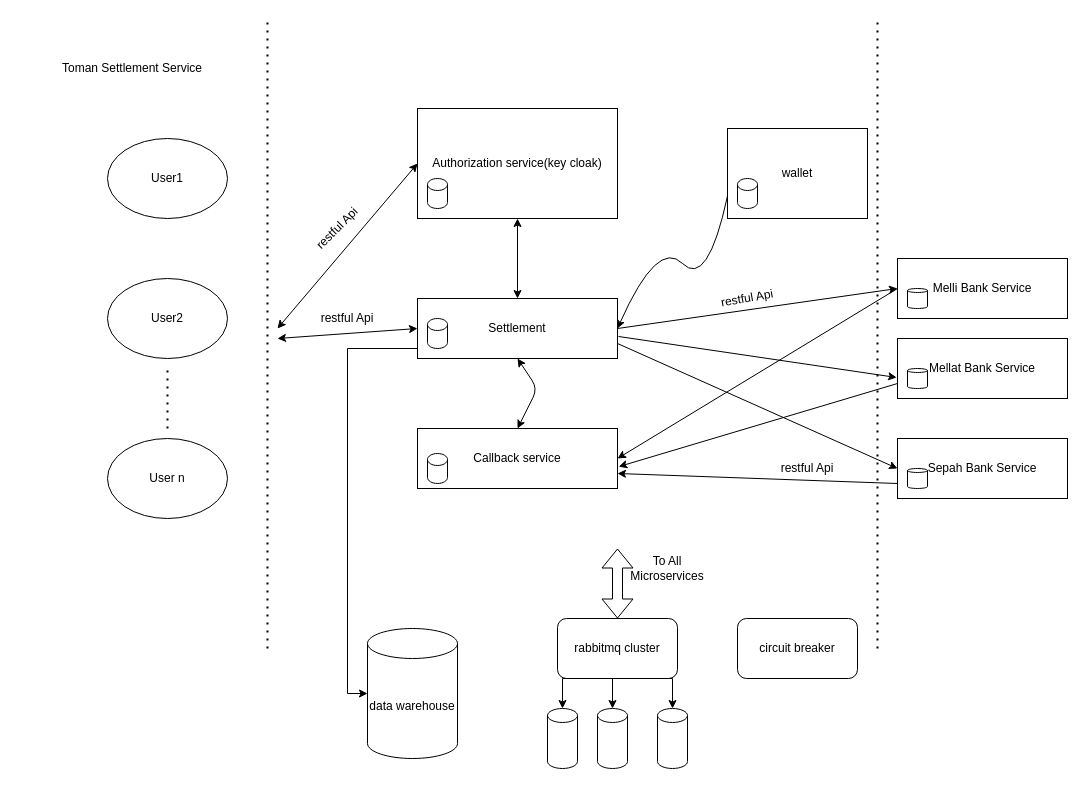
This is page "Page-1" (1 of 4) of Untitled Diagram.drawio from alimoslehirad/Devops, a draw.io file, before an edit. Source tidied: cells renumbered, new cells numbered last; positions are measured from the earlier drawing's top-left corner, leaving out a move shared by most shapes. Both pictures are drawn from the tidied source at 100%, with x=0, y=0 at pixel (17, 18).
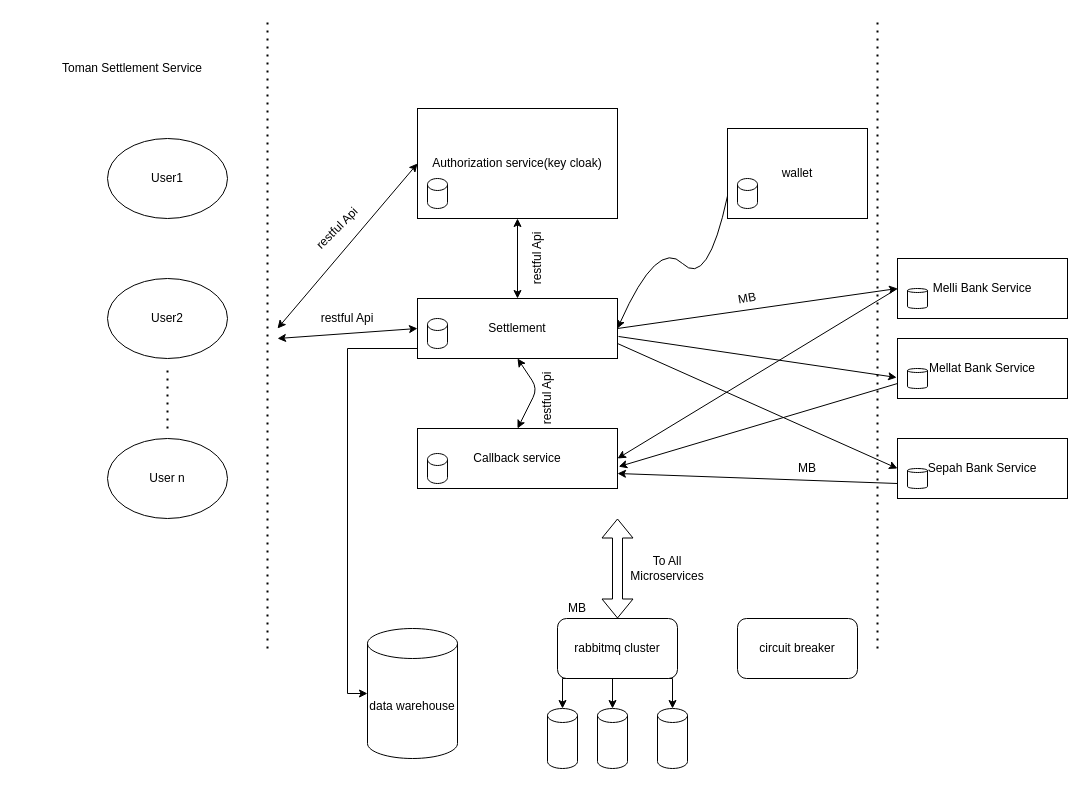
The same page after the edit.

What changed in the source:
```diff
@@
     <mxCell id="43" style="shape=flexArrow;endArrow=classic;startArrow=classic;html=1;" parent="1" edge="1">
       <mxGeometry relative="1" as="geometry">
         <mxPoint x="600" y="600" as="sourcePoint" />
-        <mxPoint x="600" y="530" as="targetPoint" />
+        <mxPoint x="600" y="500" as="targetPoint" />
       </mxGeometry>
     </mxCell>
@@
-    <mxCell id="46" value="restful Api" style="text;html=1;strokeColor=none;fillColor=none;align=center;verticalAlign=middle;whiteSpace=wrap;rounded=0;rotation=-10;" parent="1" vertex="1">
+    <mxCell id="46" value="MB" style="text;html=1;strokeColor=none;fillColor=none;align=center;verticalAlign=middle;whiteSpace=wrap;rounded=0;rotation=-10;" parent="1" vertex="1">
       <mxGeometry x="690" y="270" width="80" height="20" as="geometry" />
     </mxCell>
-    <mxCell id="47" value="restful Api" style="text;html=1;strokeColor=none;fillColor=none;align=center;verticalAlign=middle;whiteSpace=wrap;rounded=0;rotation=0;" parent="1" vertex="1">
+    <mxCell id="47" value="MB" style="text;html=1;strokeColor=none;fillColor=none;align=center;verticalAlign=middle;whiteSpace=wrap;rounded=0;rotation=0;" parent="1" vertex="1">
       <mxGeometry x="750" y="440" width="80" height="20" as="geometry" />
     </mxCell>
@@
+    <mxCell id="50" value="MB" style="text;html=1;strokeColor=none;fillColor=none;align=center;verticalAlign=middle;whiteSpace=wrap;rounded=0;" parent="1" vertex="1">
+      <mxGeometry x="540" y="580" width="40" height="20" as="geometry" />
+    </mxCell>
+    <mxCell id="51" value="restful Api" style="text;html=1;strokeColor=none;fillColor=none;align=center;verticalAlign=middle;whiteSpace=wrap;rounded=0;rotation=-90;" parent="1" vertex="1">
+      <mxGeometry x="480" y="230" width="80" height="20" as="geometry" />
+    </mxCell>
+    <mxCell id="52" value="restful Api" style="text;html=1;strokeColor=none;fillColor=none;align=center;verticalAlign=middle;whiteSpace=wrap;rounded=0;rotation=-90;" parent="1" vertex="1">
+      <mxGeometry x="490" y="370" width="80" height="20" as="geometry" />
+    </mxCell>
```
